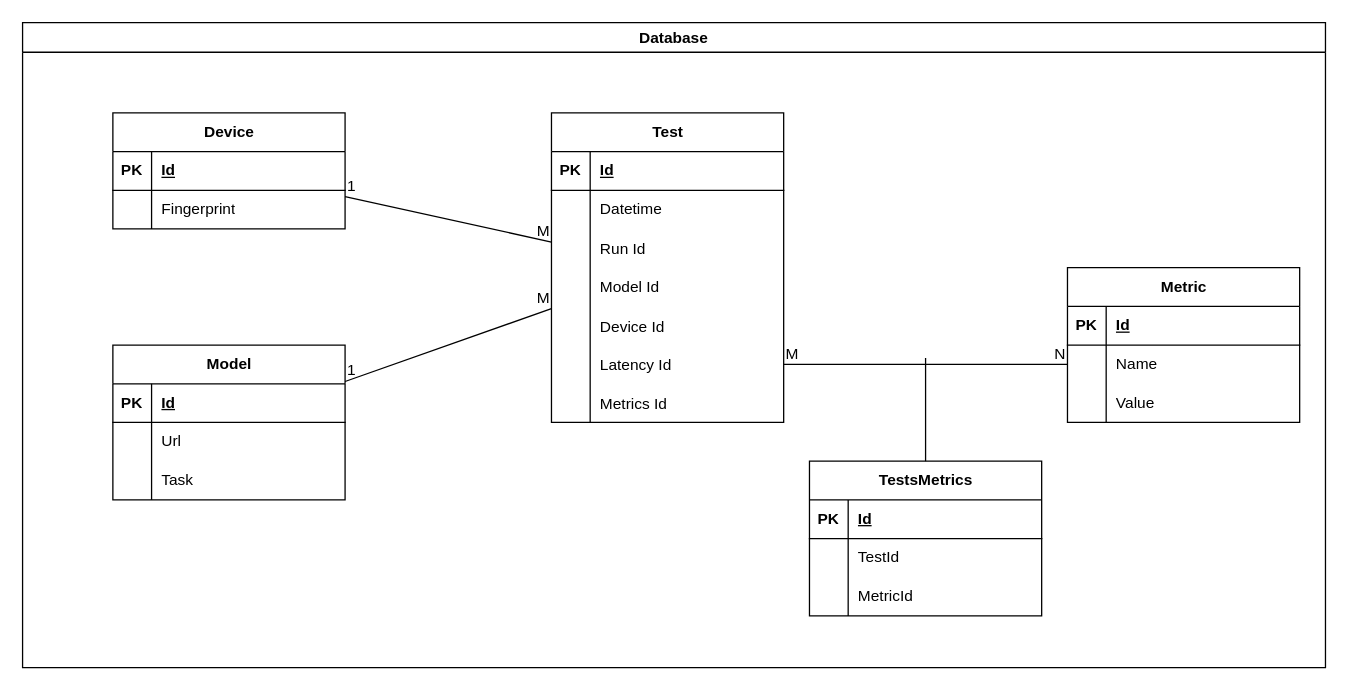
Earlier version of the draw.io diagram SystemDesign/Diagrams/xml/Database.drawio (ponik73/MasterThesis). Source tidied: cells renumbered, new cells numbered last; positions are measured from the earlier drawing's top-left corner, leaving out a move shared by most shapes. Both pictures are drawn from the tidied source at 129%, with x=0, y=0 at pixel (22, 22).
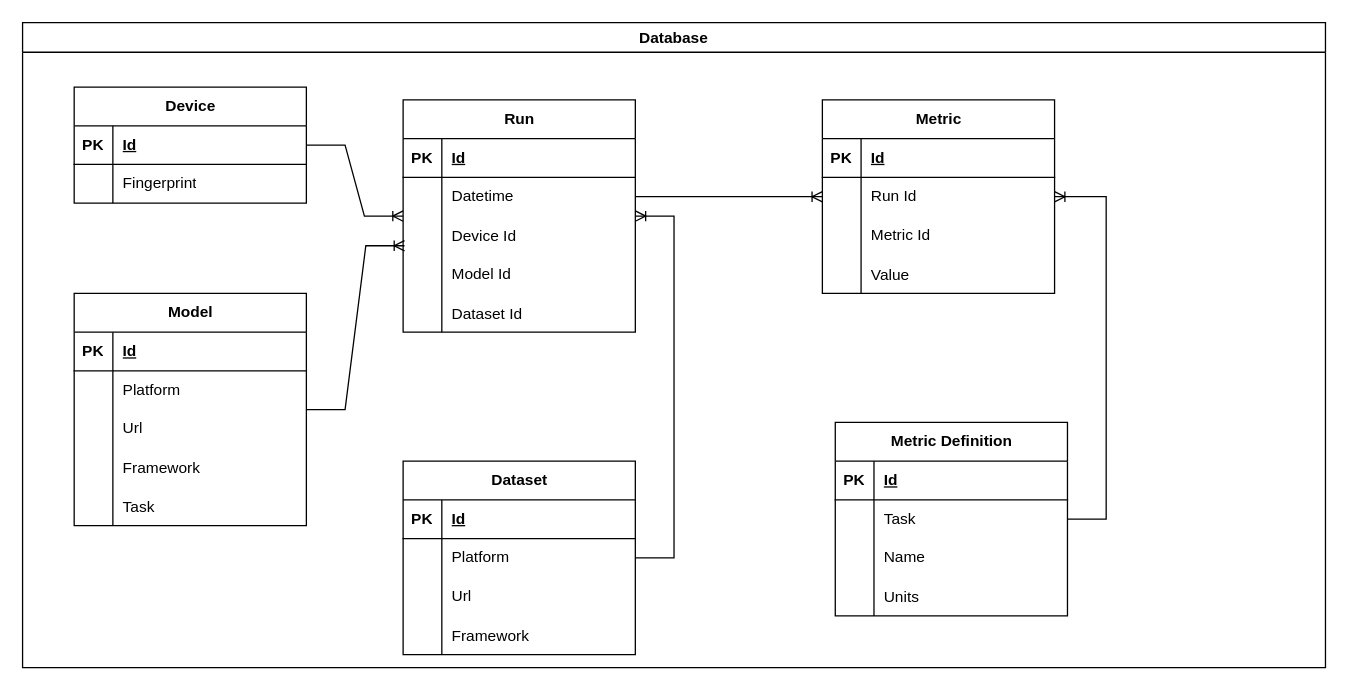
The same page after the edit.

Commit message (it also covers changes not shown here):
system design - database

Unchanged cells that the change refers to:
```xml
<mxCell id="2" value="Database" style="swimlane;whiteSpace=wrap;html=1;" parent="1" vertex="1">
  <mxGeometry width="1010" height="500" as="geometry" />
</mxCell>
<mxCell id="14" style="shape=tableRow;horizontal=0;startSize=0;swimlaneHead=0;swimlaneBody=0;fillColor=none;top=0;left=0;right=0;bottom=0;" parent="10" vertex="1">
  <mxGeometry y="60" width="180" height="30" as="geometry" />
</mxCell>
<mxCell id="17" style="shape=tableRow;horizontal=0;startSize=0;swimlaneHead=0;swimlaneBody=0;fillColor=none;top=0;left=0;right=0;bottom=0;" parent="10" vertex="1">
  <mxGeometry y="90" width="180" height="30" as="geometry" />
</mxCell>
<mxCell id="24" style="shape=tableRow;horizontal=0;startSize=0;swimlaneHead=0;swimlaneBody=0;fillColor=none;points=[[0,0.5],[1,0.5]];portConstraint=eastwest;top=0;left=0;right=0;bottom=0;" parent="20" vertex="1">
  <mxGeometry y="60" width="180" height="30" as="geometry" />
</mxCell>
<mxCell id="27" style="shape=tableRow;horizontal=0;startSize=0;swimlaneHead=0;swimlaneBody=0;fillColor=none;points=[[0,0.5],[1,0.5]];portConstraint=eastwest;top=0;left=0;right=0;bottom=0;" parent="20" vertex="1">
  <mxGeometry y="90" width="180" height="30" as="geometry" />
</mxCell>
<mxCell id="33" style="shape=tableRow;horizontal=0;startSize=0;swimlaneHead=0;swimlaneBody=0;fillColor=none;top=0;left=0;right=0;bottom=0;" parent="20" vertex="1">
  <mxGeometry y="150" width="180" height="30" as="geometry" />
</mxCell>
<mxCell id="52" style="shape=tableRow;horizontal=0;startSize=0;swimlaneHead=0;swimlaneBody=0;fillColor=none;points=[[0,0.5],[1,0.5]];portConstraint=eastwest;top=0;left=0;right=0;bottom=0;" parent="48" vertex="1">
  <mxGeometry y="60" width="180" height="30" as="geometry" />
</mxCell>
<mxCell id="55" style="shape=tableRow;horizontal=0;startSize=0;swimlaneHead=0;swimlaneBody=0;fillColor=none;top=0;left=0;right=0;bottom=0;" parent="48" vertex="1">
  <mxGeometry y="90" width="180" height="30" as="geometry" />
</mxCell>
<mxCell id="62" style="shape=tableRow;horizontal=0;startSize=0;swimlaneHead=0;swimlaneBody=0;fillColor=none;top=0;left=0;right=0;bottom=0;" parent="58" vertex="1">
  <mxGeometry y="60" width="180" height="30" as="geometry" />
</mxCell>
<mxCell id="65" style="shape=tableRow;horizontal=0;startSize=0;swimlaneHead=0;swimlaneBody=0;fillColor=none;top=0;left=0;right=0;bottom=0;" parent="58" vertex="1">
  <mxGeometry y="90" width="180" height="30" as="geometry" />
</mxCell>
```

The edit, as a diff of the source:
```diff
@@
     <mxCell id="3" value="Device" style="shape=table;startSize=30;childLayout=tableLayout;rowLines=0;fontStyle=1;align=center;html=1;" parent="2" vertex="1">
-      <mxGeometry x="70" y="70" width="180" height="90" as="geometry" />
+      <mxGeometry x="40" y="50" width="180" height="90" as="geometry" />
     </mxCell>
@@
     <mxCell id="10" value="Model" style="shape=table;startSize=30;childLayout=tableLayout;rowLines=0;fontStyle=1;align=center;html=1;" parent="2" vertex="1">
-      <mxGeometry x="70" y="250" width="180" height="120" as="geometry" />
+      <mxGeometry x="40" y="210" width="180" height="180" as="geometry" />
     </mxCell>
@@
-    <mxCell id="16" value="Url" style="shape=partialRectangle;fillColor=none;top=0;left=0;bottom=0;right=0;align=left;spacingLeft=6;overflow=hidden;whiteSpace=wrap;html=1;" parent="14" vertex="1">
+    <mxCell id="16" value="Platform" style="shape=partialRectangle;fillColor=none;top=0;left=0;bottom=0;right=0;align=left;spacingLeft=6;overflow=hidden;whiteSpace=wrap;html=1;" parent="14" vertex="1">
       <mxGeometry x="30" width="150" height="30" as="geometry" />
     </mxCell>
@@
-    <mxCell id="19" value="Task" style="shape=partialRectangle;fillColor=none;top=0;left=0;bottom=0;right=0;align=left;spacingLeft=6;overflow=hidden;whiteSpace=wrap;html=1;" parent="17" vertex="1">
+    <mxCell id="19" value="Url" style="shape=partialRectangle;fillColor=none;top=0;left=0;bottom=0;right=0;align=left;spacingLeft=6;overflow=hidden;whiteSpace=wrap;html=1;" parent="17" vertex="1">
       <mxGeometry x="30" width="150" height="30" as="geometry" />
     </mxCell>
+    <mxCell id="72" style="shape=tableRow;horizontal=0;startSize=0;swimlaneHead=0;swimlaneBody=0;fillColor=none;top=0;left=0;right=0;bottom=0;" parent="10" vertex="1">
+      <mxGeometry y="120" width="180" height="30" as="geometry" />
+    </mxCell>
+    <mxCell id="73" style="shape=partialRectangle;fillColor=none;top=0;left=0;bottom=0;right=0;overflow=hidden;" parent="72" vertex="1">
+      <mxGeometry width="30" height="30" as="geometry" />
+    </mxCell>
+    <mxCell id="74" value="Framework" style="shape=partialRectangle;fillColor=none;top=0;left=0;bottom=0;right=0;align=left;spacingLeft=6;overflow=hidden;" parent="72" vertex="1">
+      <mxGeometry x="30" width="150" height="30" as="geometry" />
+    </mxCell>
+    <mxCell id="75" style="shape=tableRow;horizontal=0;startSize=0;swimlaneHead=0;swimlaneBody=0;fillColor=none;top=0;left=0;right=0;bottom=0;" parent="10" vertex="1">
+      <mxGeometry y="150" width="180" height="30" as="geometry" />
+    </mxCell>
+    <mxCell id="76" style="shape=partialRectangle;fillColor=none;top=0;left=0;bottom=0;right=0;overflow=hidden;" parent="75" vertex="1">
+      <mxGeometry width="30" height="30" as="geometry" />
+    </mxCell>
+    <mxCell id="77" value="Task" style="shape=partialRectangle;fillColor=none;top=0;left=0;bottom=0;right=0;align=left;spacingLeft=6;overflow=hidden;" parent="75" vertex="1">
+      <mxGeometry x="30" width="150" height="30" as="geometry" />
+    </mxCell>
-    <mxCell id="20" value="Test" style="shape=table;startSize=30;childLayout=tableLayout;rowLines=0;fontStyle=1;align=center;html=1;" parent="2" vertex="1">
-      <mxGeometry x="410" y="70" width="180" height="240" as="geometry" />
+    <mxCell id="20" value="Run" style="shape=table;startSize=30;childLayout=tableLayout;rowLines=0;fontStyle=1;align=center;html=1;" parent="2" vertex="1">
+      <mxGeometry x="295" y="60" width="180" height="180" as="geometry" />
     </mxCell>
@@
-    <mxCell id="29" value="Run Id" style="shape=partialRectangle;fillColor=none;top=0;left=0;bottom=0;right=0;align=left;spacingLeft=6;overflow=hidden;" parent="27" vertex="1">
+    <mxCell id="29" value="Device Id" style="shape=partialRectangle;fillColor=none;top=0;left=0;bottom=0;right=0;align=left;spacingLeft=6;overflow=hidden;" parent="27" vertex="1">
       <mxGeometry x="30" width="150" height="30" as="geometry" />
     </mxCell>
@@
-    <mxCell id="35" value="Device Id" style="shape=partialRectangle;fillColor=none;top=0;left=0;bottom=0;right=0;align=left;spacingLeft=6;overflow=hidden;" parent="33" vertex="1">
+    <mxCell id="35" value="Dataset Id" style="shape=partialRectangle;fillColor=none;top=0;left=0;bottom=0;right=0;align=left;spacingLeft=6;overflow=hidden;" parent="33" vertex="1">
       <mxGeometry x="30" width="150" height="30" as="geometry" />
     </mxCell>
-    <mxCell id="36" style="shape=tableRow;horizontal=0;startSize=0;swimlaneHead=0;swimlaneBody=0;fillColor=none;points=[[0,0.5],[1,0.5]];portConstraint=eastwest;top=0;left=0;right=0;bottom=0;" parent="20" vertex="1">
-      <mxGeometry y="180" width="180" height="30" as="geometry" />
-    </mxCell>
-    <mxCell id="37" style="shape=partialRectangle;fillColor=none;top=0;left=0;bottom=0;right=0;overflow=hidden;" parent="36" vertex="1">
-      <mxGeometry width="30" height="30" as="geometry" />
-    </mxCell>
-    <mxCell id="38" value="Latency Id" style="shape=partialRectangle;fillColor=none;top=0;left=0;bottom=0;right=0;align=left;spacingLeft=6;overflow=hidden;" parent="36" vertex="1">
-      <mxGeometry x="30" width="150" height="30" as="geometry" />
-    </mxCell>
-    <mxCell id="39" style="shape=tableRow;horizontal=0;startSize=0;swimlaneHead=0;swimlaneBody=0;fillColor=none;top=0;left=0;right=0;bottom=0;" parent="20" vertex="1">
-      <mxGeometry y="210" width="180" height="30" as="geometry" />
-    </mxCell>
-    <mxCell id="40" style="shape=partialRectangle;fillColor=none;top=0;left=0;bottom=0;right=0;overflow=hidden;" parent="39" vertex="1">
-      <mxGeometry width="30" height="30" as="geometry" />
-    </mxCell>
-    <mxCell id="41" value="Metrics Id" style="shape=partialRectangle;fillColor=none;top=0;left=0;bottom=0;right=0;align=left;spacingLeft=6;overflow=hidden;" parent="39" vertex="1">
-      <mxGeometry x="30" width="150" height="30" as="geometry" />
-    </mxCell>
-    <mxCell id="42" style="endArrow=none;html=1;rounded=0;" parent="2" edge="1" source="3" target="20">
-      <mxGeometry relative="1" as="geometry" />
-    </mxCell>
-    <mxCell id="43" value="1" style="html=1;whiteSpace=wrap;align=left;verticalAlign=bottom;" parent="42" vertex="1">
-      <mxGeometry x="-1" relative="1" as="geometry" />
-    </mxCell>
-    <mxCell id="44" value="M" style="html=1;whiteSpace=wrap;align=right;verticalAlign=bottom;" parent="42" vertex="1">
-      <mxGeometry x="1" relative="1" as="geometry" />
-    </mxCell>
-    <mxCell id="45" style="endArrow=none;html=1;rounded=0;" parent="2" edge="1" source="10" target="20">
-      <mxGeometry relative="1" as="geometry" />
-    </mxCell>
-    <mxCell id="46" value="1" style="html=1;whiteSpace=wrap;align=left;verticalAlign=bottom;" parent="45" vertex="1">
-      <mxGeometry x="-1" relative="1" as="geometry" />
-    </mxCell>
-    <mxCell id="47" value="M" style="html=1;whiteSpace=wrap;align=right;verticalAlign=bottom;" parent="45" vertex="1">
-      <mxGeometry x="1" relative="1" as="geometry" />
-    </mxCell>
     <mxCell id="48" value="Metric" style="shape=table;startSize=30;childLayout=tableLayout;rowLines=0;fontStyle=1;align=center;html=1;" parent="2" vertex="1">
-      <mxGeometry x="810" y="190" width="180" height="120" as="geometry" />
+      <mxGeometry x="620" y="60" width="180" height="150" as="geometry" />
     </mxCell>
@@
-    <mxCell id="54" value="Name" style="shape=partialRectangle;fillColor=none;top=0;left=0;bottom=0;right=0;align=left;spacingLeft=6;overflow=hidden;whiteSpace=wrap;html=1;" parent="52" vertex="1">
+    <mxCell id="54" value="Run Id" style="shape=partialRectangle;fillColor=none;top=0;left=0;bottom=0;right=0;align=left;spacingLeft=6;overflow=hidden;whiteSpace=wrap;html=1;" parent="52" vertex="1">
       <mxGeometry x="30" width="150" height="30" as="geometry" />
     </mxCell>
@@
-    <mxCell id="57" value="Value" style="shape=partialRectangle;fillColor=none;top=0;left=0;bottom=0;right=0;align=left;spacingLeft=6;overflow=hidden;whiteSpace=wrap;html=1;" parent="55" vertex="1">
+    <mxCell id="57" value="Metric Id" style="shape=partialRectangle;fillColor=none;top=0;left=0;bottom=0;right=0;align=left;spacingLeft=6;overflow=hidden;whiteSpace=wrap;html=1;" parent="55" vertex="1">
       <mxGeometry x="30" width="150" height="30" as="geometry" />
     </mxCell>
+    <mxCell id="78" style="shape=tableRow;horizontal=0;startSize=0;swimlaneHead=0;swimlaneBody=0;fillColor=none;top=0;left=0;right=0;bottom=0;" parent="48" vertex="1">
+      <mxGeometry y="120" width="180" height="30" as="geometry" />
+    </mxCell>
+    <mxCell id="79" style="shape=partialRectangle;fillColor=none;top=0;left=0;bottom=0;right=0;overflow=hidden;" parent="78" vertex="1">
+      <mxGeometry width="30" height="30" as="geometry" />
+    </mxCell>
+    <mxCell id="80" value="Value" style="shape=partialRectangle;fillColor=none;top=0;left=0;bottom=0;right=0;align=left;spacingLeft=6;overflow=hidden;" parent="78" vertex="1">
+      <mxGeometry x="30" width="150" height="30" as="geometry" />
+    </mxCell>
+    <mxCell id="81" value="Dataset" style="shape=table;startSize=30;childLayout=tableLayout;rowLines=0;fontStyle=1;align=center;html=1;" parent="2" vertex="1">
+      <mxGeometry x="295" y="340" width="180" height="150" as="geometry" />
+    </mxCell>
+    <mxCell id="82" style="shape=tableRow;horizontal=0;startSize=0;swimlaneHead=0;swimlaneBody=0;fillColor=none;top=0;left=0;right=0;bottom=1;" parent="81" vertex="1">
+      <mxGeometry y="30" width="180" height="30" as="geometry" />
+    </mxCell>
+    <mxCell id="83" value="PK" style="shape=partialRectangle;fillColor=none;top=0;left=0;bottom=0;right=0;fontStyle=1;overflow=hidden;whiteSpace=wrap;html=1;" parent="82" vertex="1">
+      <mxGeometry width="30" height="30" as="geometry" />
+    </mxCell>
+    <mxCell id="84" value="Id" style="shape=partialRectangle;fillColor=none;top=0;left=0;bottom=0;right=0;align=left;spacingLeft=6;fontStyle=5;overflow=hidden;whiteSpace=wrap;html=1;" parent="82" vertex="1">
+      <mxGeometry x="30" width="150" height="30" as="geometry" />
+    </mxCell>
+    <mxCell id="85" style="shape=tableRow;horizontal=0;startSize=0;swimlaneHead=0;swimlaneBody=0;fillColor=none;top=0;left=0;right=0;bottom=0;" parent="81" vertex="1">
+      <mxGeometry y="60" width="180" height="30" as="geometry" />
+    </mxCell>
+    <mxCell id="86" style="shape=partialRectangle;fillColor=none;top=0;left=0;bottom=0;right=0;overflow=hidden;whiteSpace=wrap;html=1;" parent="85" vertex="1">
+      <mxGeometry width="30" height="30" as="geometry" />
+    </mxCell>
+    <mxCell id="87" value="Platform" style="shape=partialRectangle;fillColor=none;top=0;left=0;bottom=0;right=0;align=left;spacingLeft=6;overflow=hidden;whiteSpace=wrap;html=1;" parent="85" vertex="1">
+      <mxGeometry x="30" width="150" height="30" as="geometry" />
+    </mxCell>
+    <mxCell id="88" style="shape=tableRow;horizontal=0;startSize=0;swimlaneHead=0;swimlaneBody=0;fillColor=none;top=0;left=0;right=0;bottom=0;" parent="81" vertex="1">
+      <mxGeometry y="90" width="180" height="30" as="geometry" />
+    </mxCell>
+    <mxCell id="89" style="shape=partialRectangle;fillColor=none;top=0;left=0;bottom=0;right=0;overflow=hidden;whiteSpace=wrap;html=1;" parent="88" vertex="1">
+      <mxGeometry width="30" height="30" as="geometry" />
+    </mxCell>
+    <mxCell id="90" value="Url" style="shape=partialRectangle;fillColor=none;top=0;left=0;bottom=0;right=0;align=left;spacingLeft=6;overflow=hidden;whiteSpace=wrap;html=1;" parent="88" vertex="1">
+      <mxGeometry x="30" width="150" height="30" as="geometry" />
+    </mxCell>
+    <mxCell id="91" style="shape=tableRow;horizontal=0;startSize=0;swimlaneHead=0;swimlaneBody=0;fillColor=none;top=0;left=0;right=0;bottom=0;" parent="81" vertex="1">
+      <mxGeometry y="120" width="180" height="30" as="geometry" />
+    </mxCell>
+    <mxCell id="92" style="shape=partialRectangle;fillColor=none;top=0;left=0;bottom=0;right=0;overflow=hidden;" parent="91" vertex="1">
+      <mxGeometry width="30" height="30" as="geometry" />
+    </mxCell>
+    <mxCell id="93" value="Framework" style="shape=partialRectangle;fillColor=none;top=0;left=0;bottom=0;right=0;align=left;spacingLeft=6;overflow=hidden;" parent="91" vertex="1">
+      <mxGeometry x="30" width="150" height="30" as="geometry" />
+    </mxCell>
+    <mxCell id="42" style="edgeStyle=entityRelationEdgeStyle;fontSize=12;html=1;endArrow=ERoneToMany;rounded=0;" parent="2" edge="1" source="3" target="20">
+      <mxGeometry relative="1" as="geometry" />
+    </mxCell>
+    <mxCell id="94" style="edgeStyle=entityRelationEdgeStyle;fontSize=12;html=1;endArrow=ERoneToMany;rounded=0;entryX=0.006;entryY=0.767;entryDx=0;entryDy=0;entryPerimeter=0;" parent="2" edge="1" source="10" target="27">
+      <mxGeometry relative="1" as="geometry" />
+    </mxCell>
+    <mxCell id="95" style="edgeStyle=entityRelationEdgeStyle;fontSize=12;html=1;endArrow=ERoneToMany;rounded=0;" parent="2" edge="1" source="81" target="20">
+      <mxGeometry relative="1" as="geometry" />
+    </mxCell>
+    <mxCell id="96" style="edgeStyle=entityRelationEdgeStyle;fontSize=12;html=1;endArrow=ERoneToMany;rounded=0;exitX=1;exitY=0.5;exitDx=0;exitDy=0;" parent="2" edge="1" source="24" target="48">
+      <mxGeometry relative="1" as="geometry" />
+    </mxCell>
-    <mxCell id="58" value="TestsMetrics" style="shape=table;startSize=30;childLayout=tableLayout;rowLines=0;fontStyle=1;align=center;html=1;" parent="2" vertex="1">
-      <mxGeometry x="610" y="340" width="180" height="120" as="geometry" />
+    <mxCell id="58" value="Metric Definition" style="shape=table;startSize=30;childLayout=tableLayout;rowLines=0;fontStyle=1;align=center;html=1;" parent="2" vertex="1">
+      <mxGeometry x="630" y="310" width="180" height="150" as="geometry" />
     </mxCell>
@@
-    <mxCell id="64" value="TestId" style="shape=partialRectangle;fillColor=none;top=0;left=0;bottom=0;right=0;align=left;spacingLeft=6;overflow=hidden;whiteSpace=wrap;html=1;" parent="62" vertex="1">
+    <mxCell id="64" value="Task" style="shape=partialRectangle;fillColor=none;top=0;left=0;bottom=0;right=0;align=left;spacingLeft=6;overflow=hidden;whiteSpace=wrap;html=1;" parent="62" vertex="1">
       <mxGeometry x="30" width="150" height="30" as="geometry" />
     </mxCell>
@@
-    <mxCell id="67" value="MetricId" style="shape=partialRectangle;fillColor=none;top=0;left=0;bottom=0;right=0;align=left;spacingLeft=6;overflow=hidden;whiteSpace=wrap;html=1;" parent="65" vertex="1">
+    <mxCell id="67" value="Name" style="shape=partialRectangle;fillColor=none;top=0;left=0;bottom=0;right=0;align=left;spacingLeft=6;overflow=hidden;whiteSpace=wrap;html=1;" parent="65" vertex="1">
       <mxGeometry x="30" width="150" height="30" as="geometry" />
     </mxCell>
-    <mxCell id="68" style="endArrow=none;html=1;rounded=0;exitX=1;exitY=0.5;exitDx=0;exitDy=0;entryX=0;entryY=0.5;entryDx=0;entryDy=0;" parent="2" edge="1" source="36" target="52">
-      <mxGeometry relative="1" as="geometry" />
-    </mxCell>
-    <mxCell id="69" value="M" style="html=1;whiteSpace=wrap;align=left;verticalAlign=bottom;" parent="68" vertex="1">
-      <mxGeometry x="-1" relative="1" as="geometry" />
-    </mxCell>
-    <mxCell id="70" value="N" style="html=1;whiteSpace=wrap;align=right;verticalAlign=bottom;" parent="68" vertex="1">
-      <mxGeometry x="1" relative="1" as="geometry" />
-    </mxCell>
-    <mxCell id="71" style="endArrow=none;html=1;rounded=0;entryX=0.5;entryY=0;entryDx=0;entryDy=0;" parent="1" edge="1" target="58">
-      <mxGeometry relative="1" as="geometry">
-        <mxPoint x="700" y="260" as="sourcePoint" />
-      </mxGeometry>
-    </mxCell>
+    <mxCell id="97" style="shape=tableRow;horizontal=0;startSize=0;swimlaneHead=0;swimlaneBody=0;fillColor=none;top=0;left=0;right=0;bottom=0;" parent="58" vertex="1">
+      <mxGeometry y="120" width="180" height="30" as="geometry" />
+    </mxCell>
+    <mxCell id="98" style="shape=partialRectangle;fillColor=none;top=0;left=0;bottom=0;right=0;overflow=hidden;" parent="97" vertex="1">
+      <mxGeometry width="30" height="30" as="geometry" />
+    </mxCell>
+    <mxCell id="99" value="Units" style="shape=partialRectangle;fillColor=none;top=0;left=0;bottom=0;right=0;align=left;spacingLeft=6;overflow=hidden;" parent="97" vertex="1">
+      <mxGeometry x="30" width="150" height="30" as="geometry" />
+    </mxCell>
+    <mxCell id="100" style="edgeStyle=entityRelationEdgeStyle;fontSize=12;html=1;endArrow=ERoneToMany;rounded=0;" parent="2" edge="1" source="58" target="48">
+      <mxGeometry relative="1" as="geometry" />
+    </mxCell>
```
